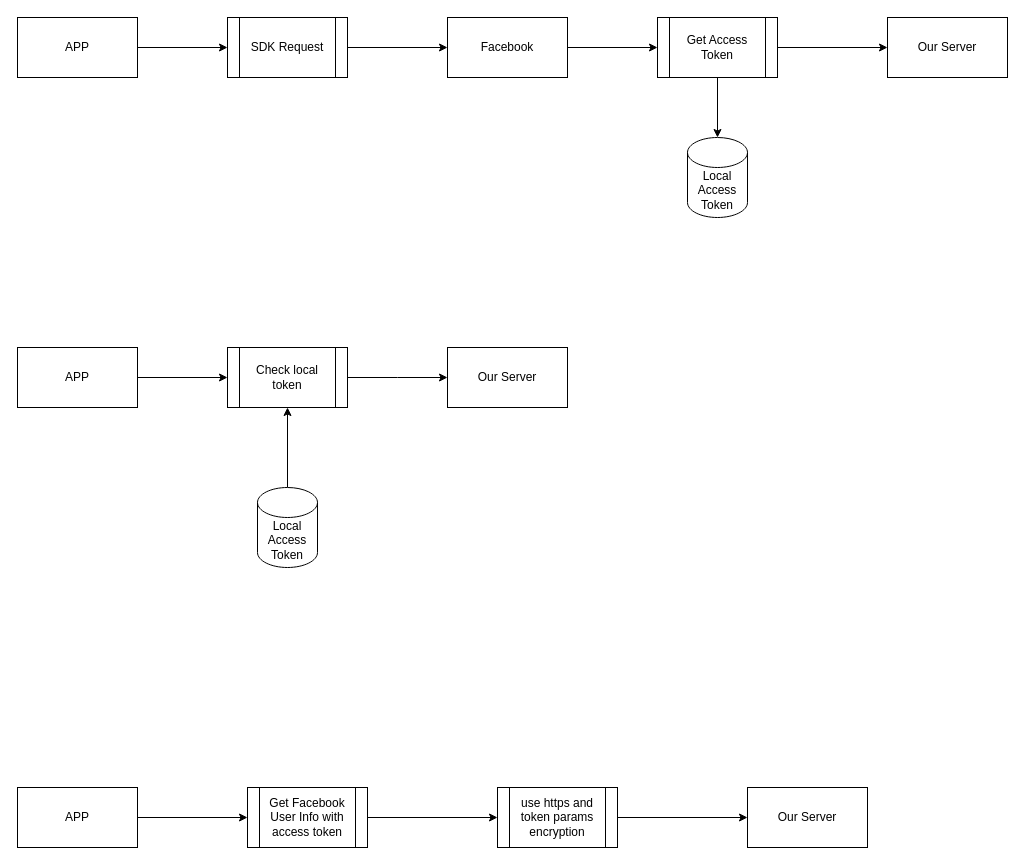
cjinle/draw.io keeps this draw.io diagram as page "第 1 页" (1 of 3) of fb1.drawio. Above is the earlier version. Source tidied: cells renumbered, new cells numbered last; positions are measured from the earlier drawing's top-left corner, leaving out a move shared by most shapes. Both pictures are drawn from the tidied source at 100%, with x=0, y=0 at pixel (17, 17).
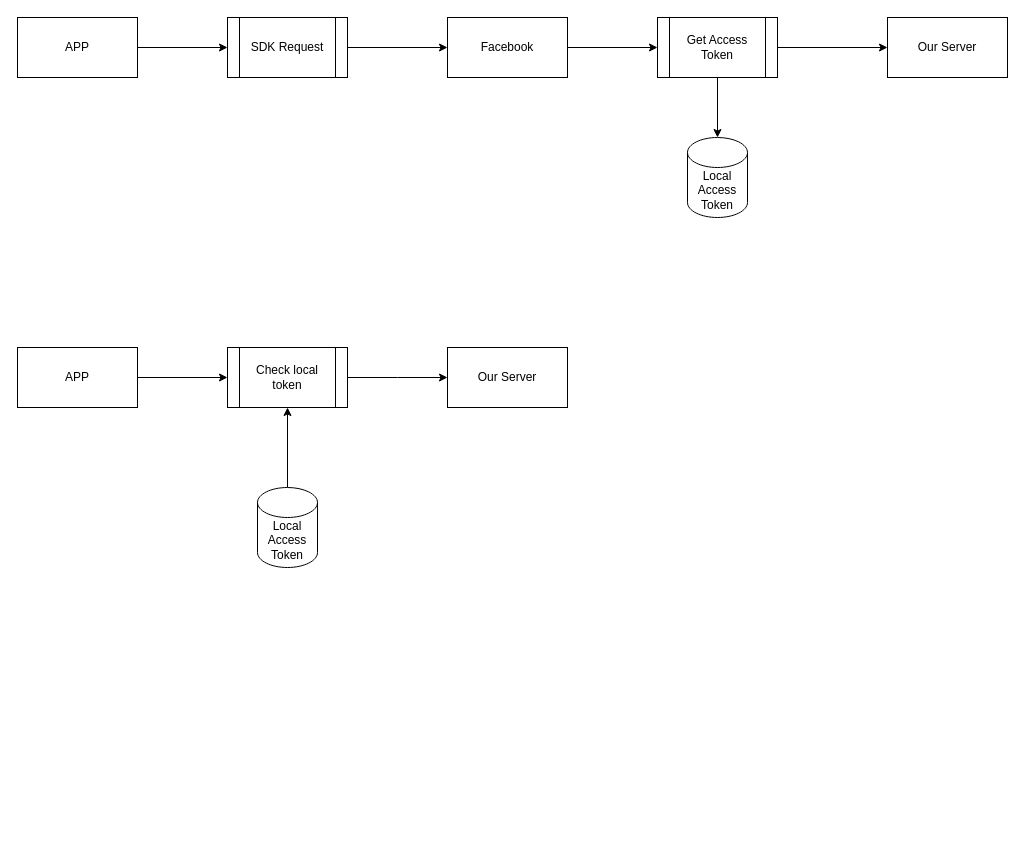
The same page after the edit.

What changed in the source:
```diff
@@
-    <mxCell id="7" style="edgeStyle=orthogonalEdgeStyle;rounded=0;jettySize=auto;html=1;exitX=1;exitY=0.5;exitDx=0;exitDy=0;entryX=0;entryY=0.5;entryDx=0;entryDy=0;" parent="1" edge="1" source="8" target="17">
-      <mxGeometry relative="1" as="geometry" />
-    </mxCell>
-    <mxCell id="8" value="APP" style="rounded=0;whiteSpace=wrap;html=1;" parent="1" vertex="1">
-      <mxGeometry y="770" width="120" height="60" as="geometry" />
-    </mxCell>
@@
-    <mxCell id="15" value="Our Server" style="rounded=0;whiteSpace=wrap;html=1;" parent="1" vertex="1">
-      <mxGeometry x="730" y="770" width="120" height="60" as="geometry" />
-    </mxCell>
-    <mxCell id="16" style="edgeStyle=orthogonalEdgeStyle;rounded=0;jettySize=auto;html=1;exitX=1;exitY=0.5;exitDx=0;exitDy=0;entryX=0;entryY=0.5;entryDx=0;entryDy=0;" parent="1" edge="1" source="17" target="26">
-      <mxGeometry relative="1" as="geometry" />
-    </mxCell>
-    <mxCell id="17" value="Get Facebook User Info with access token" style="shape=process;whiteSpace=wrap;html=1;backgroundOutline=1;" parent="1" vertex="1">
-      <mxGeometry x="230" y="770" width="120" height="60" as="geometry" />
-    </mxCell>
@@
-    <mxCell id="25" style="edgeStyle=orthogonalEdgeStyle;rounded=0;jettySize=auto;html=1;exitX=1;exitY=0.5;exitDx=0;exitDy=0;" parent="1" edge="1" source="26" target="15">
-      <mxGeometry relative="1" as="geometry" />
-    </mxCell>
-    <mxCell id="26" value="use https and token params encryption" style="shape=process;whiteSpace=wrap;html=1;backgroundOutline=1;" parent="1" vertex="1">
-      <mxGeometry x="480" y="770" width="120" height="60" as="geometry" />
-    </mxCell>
```
